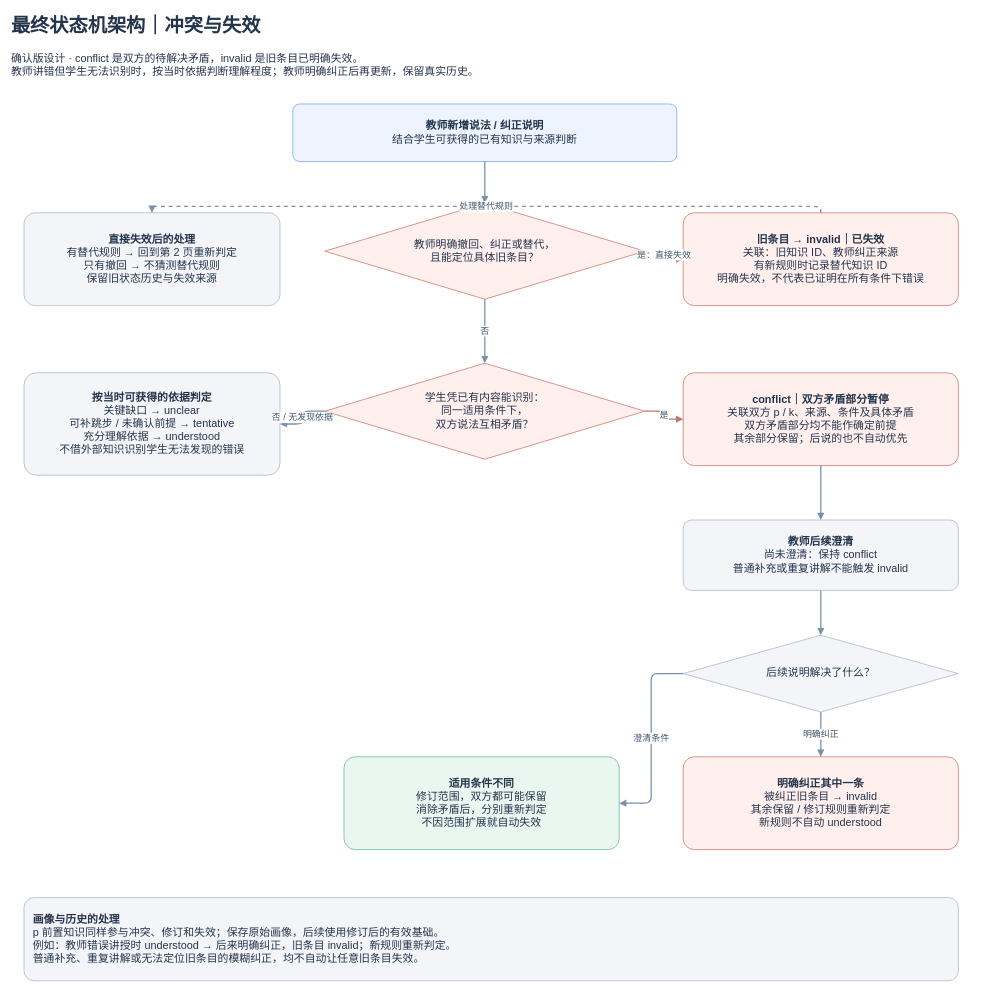
Liyang-pai/LearnFromYou keeps this draw.io diagram as page "03 冲突与失效处理" (3 of 5) of docs/状态机改进流程图/LearnFromYou-最终状态机架构.drawio. Above is the earlier version. Source tidied: cells renumbered, new cells numbered last; positions are measured from the earlier drawing's top-left corner, leaving out a move shared by most shapes. Both pictures are drawn from the tidied source at 64%, with x=0, y=0 at pixel (11, 11).
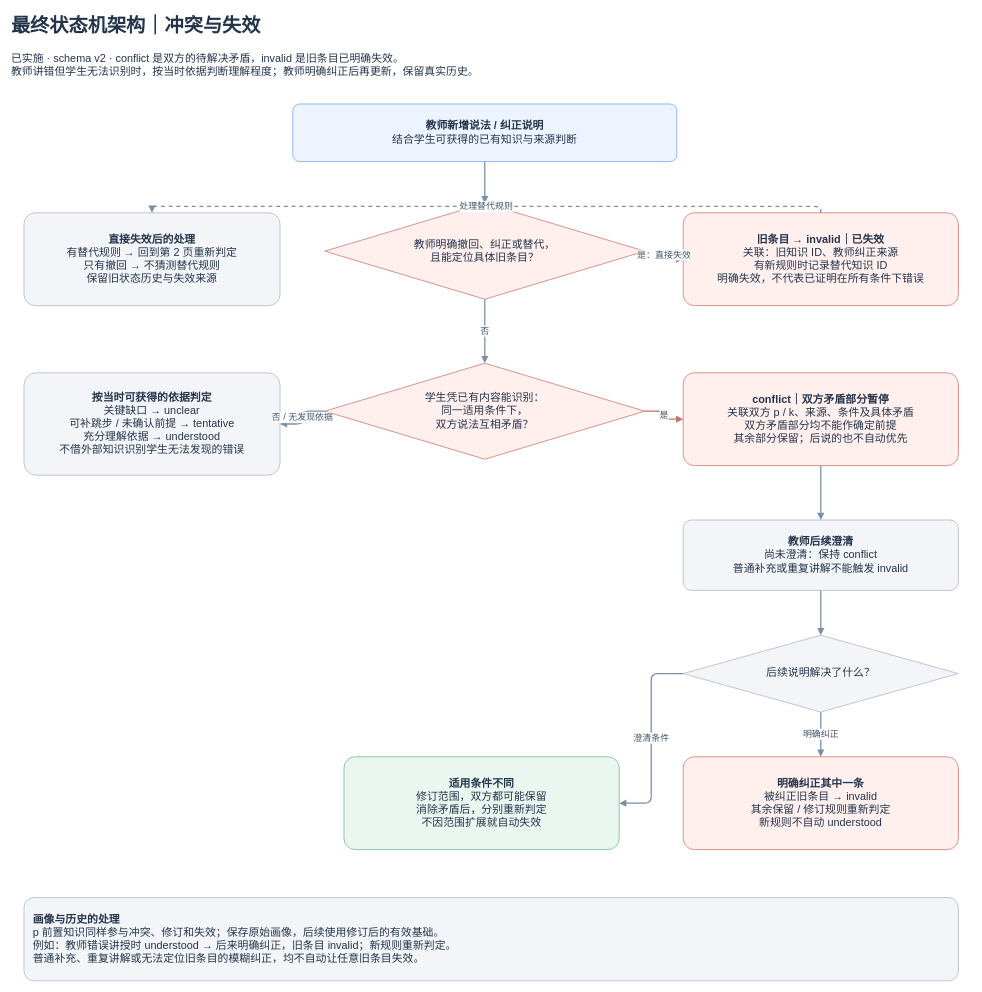
Above is the later version.

Diff of the diagram source:
```diff
@@
-    <mxCell id="3" value="确认版设计 · conflict 是双方的待解决矛盾，invalid 是旧条目已明确失效。&lt;br&gt;教师讲错但学生无法识别时，按当时依据判断理解程度；教师明确纠正后再更新，保留真实历史。" style="html=1;whiteSpace=wrap;fontFamily=PingFang SC;fontSize=17;fontColor=#24344B;align=center;verticalAlign=middle;spacing=14;text;strokeColor=none;fillColor=none;align=left;spacing=0;" parent="1" vertex="1">
+    <mxCell id="3" value="已实施 · schema v2 · conflict 是双方的待解决矛盾，invalid 是旧条目已明确失效。&lt;br&gt;教师讲错但学生无法识别时，按当时依据判断理解程度；教师明确纠正后再更新，保留真实历史。" style="html=1;whiteSpace=wrap;fontFamily=PingFang SC;fontSize=17;fontColor=#24344B;align=center;verticalAlign=middle;spacing=14;text;strokeColor=none;fillColor=none;align=left;spacing=0;" parent="1" vertex="1">
       <mxGeometry y="60" width="1500" height="65" as="geometry" />
     </mxCell>
```
